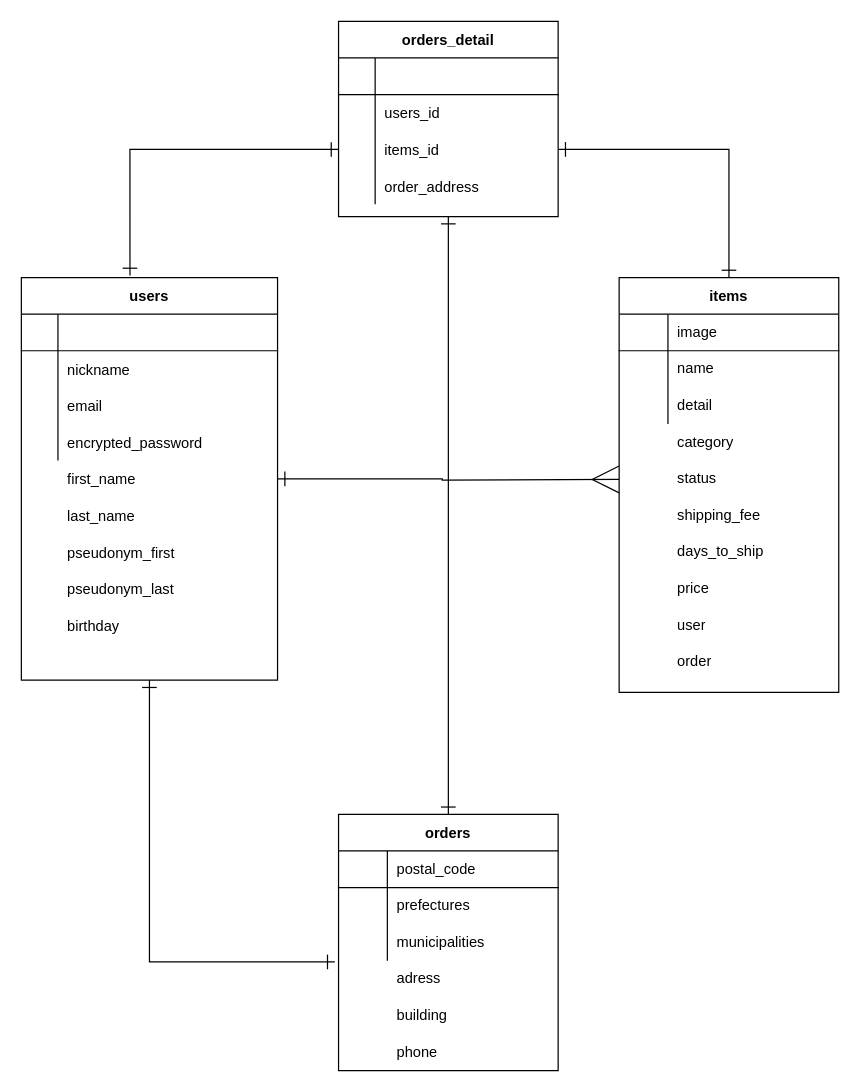
The draw.io diagram test.dio in Yusuke0507/furima-36427, before the edit. Source tidied: cells renumbered, new cells numbered last; positions are measured from the earlier drawing's top-left corner, leaving out a move shared by most shapes. Both pictures are drawn from the tidied source at 122%, with x=0, y=0 at pixel (21, 21).
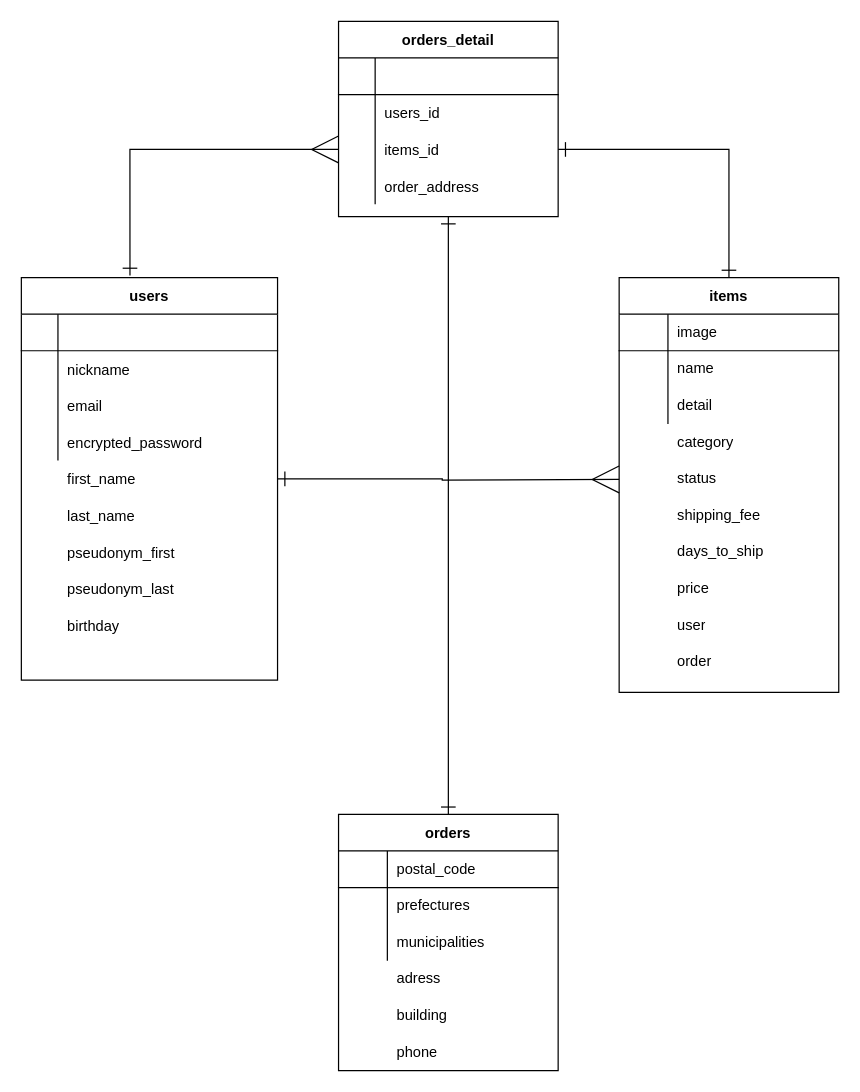
The same page after the edit.

Unchanged cells that the change refers to:
```xml
<mxCell id="4" value="users" style="shape=table;startSize=30;childLayout=tableLayout;rowLines=0;fontStyle=1;align=center;" parent="1" vertex="1">
  <mxGeometry y="210" width="210" height="330" as="geometry" />
</mxCell>
<mxCell id="39" style="shape=partialRectangle;html=1;whiteSpace=wrap;fillColor=none;top=0;left=0;bottom=0;right=0;points=[[0,0.5],[1,0.5]];portConstraint=eastwest;" parent="32" vertex="1">
  <mxGeometry y="90" width="180" height="30" as="geometry" />
</mxCell>
<mxCell id="63" style="shape=partialRectangle;fillColor=none;top=0;left=0;bottom=0;right=0;points=[[0,0.5],[1,0.5]];portConstraint=eastwest;" parent="56" vertex="1">
  <mxGeometry y="90" width="180" height="30" as="geometry" />
</mxCell>
```

What changed in the source:
```diff
@@
-    <mxCell id="3" style="edgeStyle=orthogonalEdgeStyle;rounded=0;jettySize=auto;html=1;exitX=0.5;exitY=1;exitDx=0;exitDy=0;startArrow=ERone;startFill=0;endArrow=ERone;endFill=0;startSize=10;endSize=10;entryX=-0.017;entryY=1.033;entryDx=0;entryDy=0;entryPerimeter=0;" parent="1" edge="1" source="4" target="39">
-      <mxGeometry relative="1" as="geometry">
-        <Array as="points">
-          <mxPoint x="105" y="771" />
-        </Array>
-      </mxGeometry>
-    </mxCell>
@@
-    <mxCell id="69" style="edgeStyle=orthogonalEdgeStyle;rounded=0;jettySize=auto;html=1;exitX=0;exitY=0.5;exitDx=0;exitDy=0;entryX=0.424;entryY=-0.005;entryDx=0;entryDy=0;entryPerimeter=0;startArrow=ERone;startFill=0;endArrow=ERone;endFill=0;startSize=10;endSize=10;" parent="1" edge="1" source="63" target="4">
+    <mxCell id="69" style="edgeStyle=orthogonalEdgeStyle;rounded=0;jettySize=auto;html=1;exitX=0;exitY=0.5;exitDx=0;exitDy=0;entryX=0.424;entryY=-0.005;entryDx=0;entryDy=0;entryPerimeter=0;startArrow=ERmany;startFill=0;endArrow=ERone;endFill=0;startSize=20;endSize=10;" parent="1" edge="1" source="63" target="4">
       <mxGeometry relative="1" as="geometry" />
     </mxCell>
```
